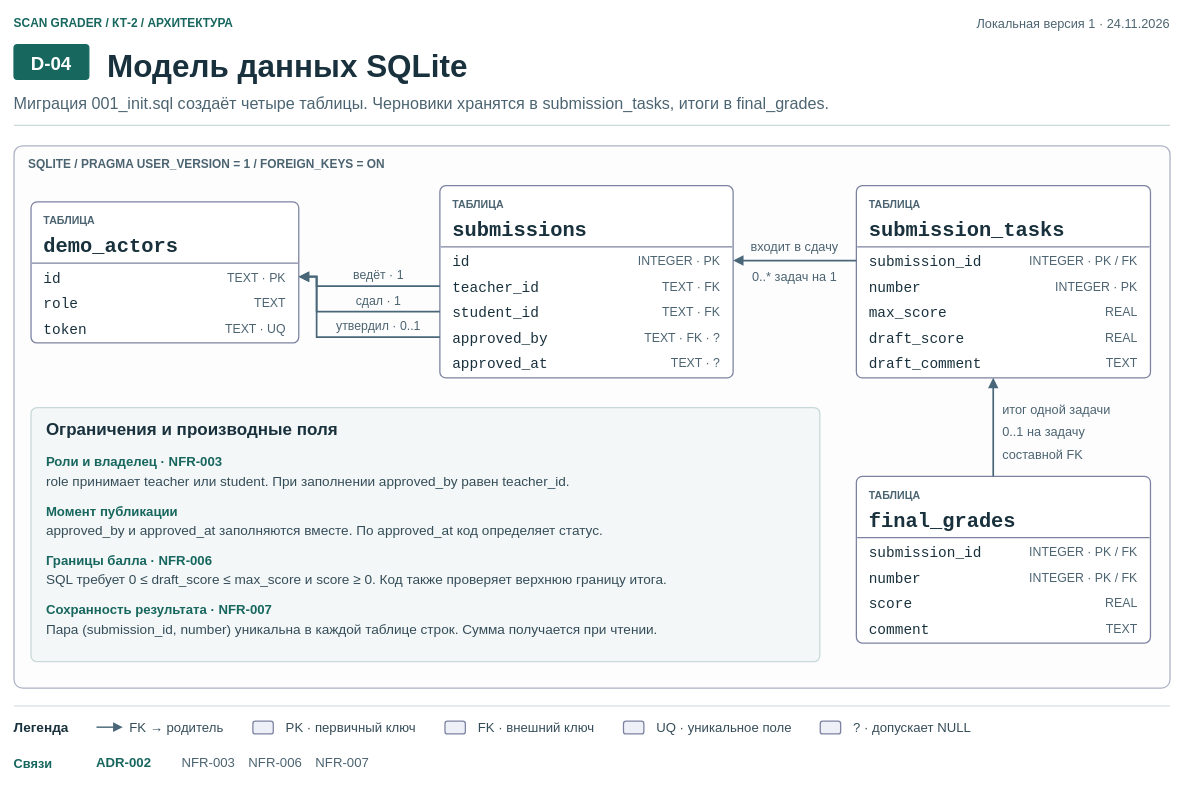
Above: page "D-04 · Модель данных SQLite" (4 of 6) of docs/architecture/scan-grader.drawio in imogenclam/scanGrader_NIS (draw.io), before the change. Source tidied: cells renumbered, new cells numbered last; positions are measured from the earlier drawing's top-left corner, leaving out a move shared by most shapes. Both pictures are drawn from the tidied source at 85%, with x=0, y=0 at pixel (14, 14).
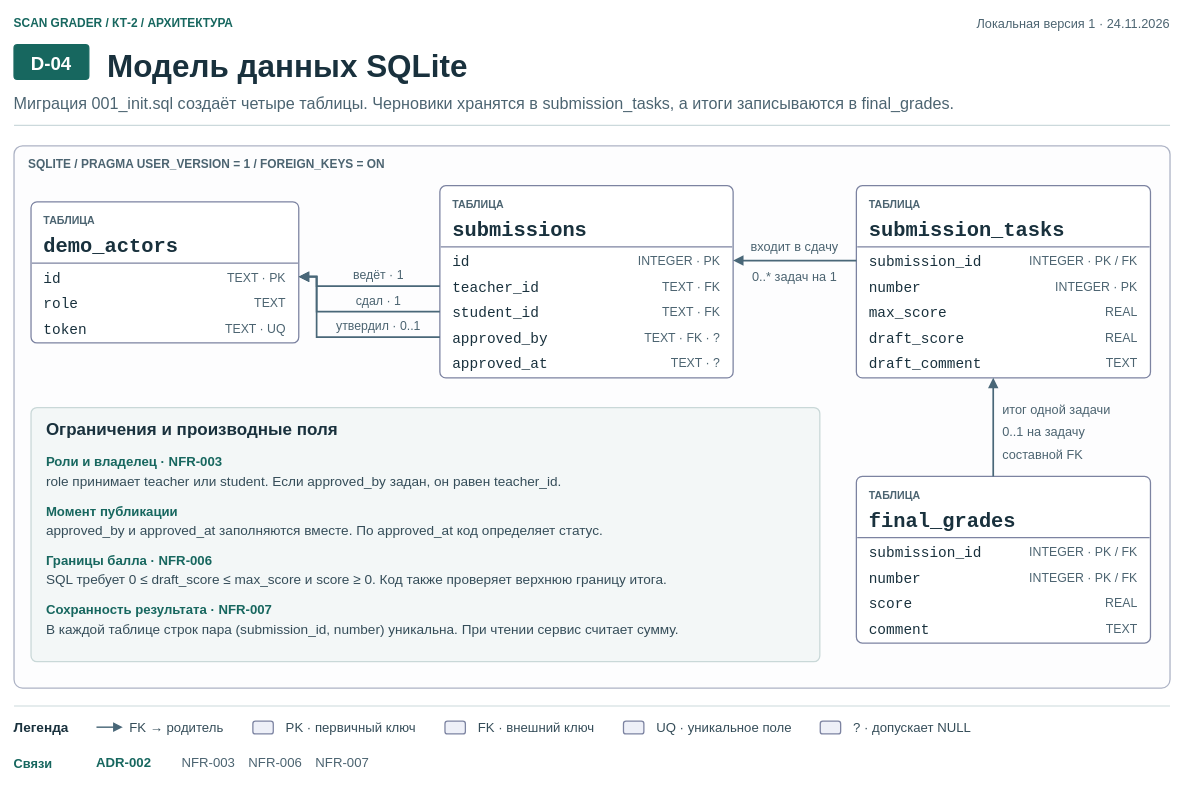
The same diagram, later.

The change refers to these unchanged cells:
```xml
<mxCell id="74" style="shape=rectangle;rounded=1;absoluteArcSize=1;arcSize=14;html=0;fillColor=#F3F7F7;strokeColor=#C9D8D8;strokeWidth=1.5;dashed=0;dashPattern=6 4;" parent="9" vertex="1">
  <mxGeometry x="20" y="308" width="928" height="299" as="geometry" />
</mxCell>
```

Diff of the diagram source:
```diff
@@
-    <mxCell id="7" value="Миграция 001_init.sql создаёт четыре таблицы. Черновики хранятся в submission_tasks, итоги в final_grades." style="text;html=0;whiteSpace=nowrap;strokeColor=none;fillColor=none;align=left;verticalAlign=middle;fontFamily=Arial;fontSize=19;fontColor=#4C6471;fontStyle=0;spacing=0;spacingTop=0;spacingLeft=0;spacingRight=0;spacingBottom=0;" parent="1" vertex="1">
+    <mxCell id="7" value="Миграция 001_init.sql создаёт четыре таблицы. Черновики хранятся в submission_tasks, а итоги записываются в final_grades." style="text;html=0;whiteSpace=nowrap;strokeColor=none;fillColor=none;align=left;verticalAlign=middle;fontFamily=Arial;fontSize=19;fontColor=#4C6471;fontStyle=0;spacing=0;spacingTop=0;spacingLeft=0;spacingRight=0;spacingBottom=0;" parent="1" vertex="1">
       <mxGeometry y="90" width="1360" height="27" as="geometry" />
     </mxCell>
@@
-    <mxCell id="77" value="role принимает teacher или student. При заполнении approved_by равен teacher_id." style="text;html=0;whiteSpace=nowrap;strokeColor=none;fillColor=none;align=left;verticalAlign=middle;fontFamily=Arial;fontSize=16;fontColor=#354D59;fontStyle=0;spacing=0;spacingTop=0;spacingLeft=0;spacingRight=0;spacingBottom=0;" parent="74" vertex="1">
+    <mxCell id="77" value="role принимает teacher или student. Если approved_by задан, он равен teacher_id." style="text;html=0;whiteSpace=nowrap;strokeColor=none;fillColor=none;align=left;verticalAlign=middle;fontFamily=Arial;fontSize=16;fontColor=#354D59;fontStyle=0;spacing=0;spacingTop=0;spacingLeft=0;spacingRight=0;spacingBottom=0;" parent="74" vertex="1">
       <mxGeometry x="18" y="75" width="893" height="21" as="geometry" />
     </mxCell>
@@
-    <mxCell id="83" value="Пара (submission_id, number) уникальна в каждой таблице строк. Сумма получается при чтении." style="text;html=0;whiteSpace=nowrap;strokeColor=none;fillColor=none;align=left;verticalAlign=middle;fontFamily=Arial;fontSize=16;fontColor=#354D59;fontStyle=0;spacing=0;spacingTop=0;spacingLeft=0;spacingRight=0;spacingBottom=0;" parent="74" vertex="1">
+    <mxCell id="83" value="В каждой таблице строк пара (submission_id, number) уникальна. При чтении сервис считает сумму." style="text;html=0;whiteSpace=nowrap;strokeColor=none;fillColor=none;align=left;verticalAlign=middle;fontFamily=Arial;fontSize=16;fontColor=#354D59;fontStyle=0;spacing=0;spacingTop=0;spacingLeft=0;spacingRight=0;spacingBottom=0;" parent="74" vertex="1">
       <mxGeometry x="18" y="249" width="893" height="21" as="geometry" />
     </mxCell>
```
